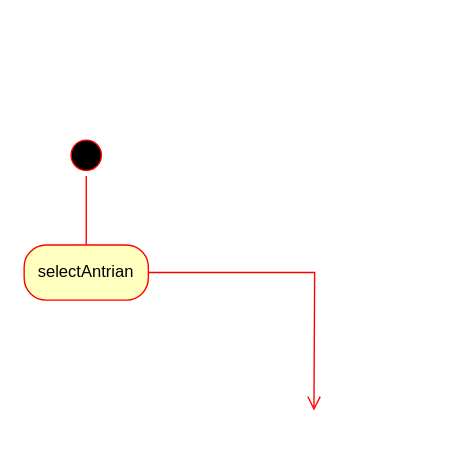
The draw.io diagram Mini-Proj/Activity Diagram Entry Form.drawio in mahesri/uml_ads_sms3, before the edit. Source tidied: cells renumbered, new cells numbered last; positions are measured from the earlier drawing's top-left corner, leaving out a move shared by most shapes. Both pictures are drawn from the tidied source at 138%, with x=0, y=0 at pixel (23, 134).
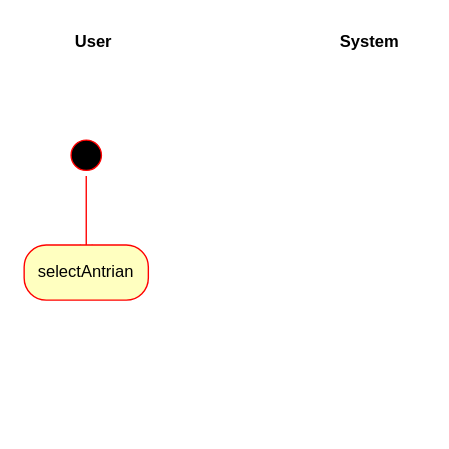
The same diagram, later.

Diff of the diagram source:
```diff
@@
 <mxGraphModel>
   <root>
     <mxCell id="0" />
     <mxCell id="1" parent="0" />
     <mxCell id="2" style="ellipse;html=1;shape=startState;fillColor=#000000;strokeColor=#ff0000;" parent="1" vertex="1">
       <mxGeometry x="30" width="30" height="30" as="geometry" />
     </mxCell>
     <mxCell id="3" style="edgeStyle=orthogonalEdgeStyle;html=1;verticalAlign=bottom;endArrow=open;endSize=8;strokeColor=#ff0000;rounded=0;" parent="1" edge="1" source="2">
       <mxGeometry relative="1" as="geometry">
         <mxPoint x="45" y="90" as="targetPoint" />
       </mxGeometry>
     </mxCell>
     <mxCell id="4" value="selectAntrian" style="rounded=1;whiteSpace=wrap;html=1;arcSize=40;fontColor=#000000;fillColor=#ffffc0;strokeColor=#ff0000;" parent="1" vertex="1">
       <mxGeometry y="80" width="90" height="40" as="geometry" />
     </mxCell>
-    <mxCell id="5" style="edgeStyle=orthogonalEdgeStyle;html=1;verticalAlign=bottom;endArrow=open;endSize=8;strokeColor=#ff0000;rounded=0;" parent="1" edge="1" source="4">
-      <mxGeometry relative="1" as="geometry">
-        <mxPoint x="210" y="200" as="targetPoint" />
-      </mxGeometry>
-    </mxCell>
+    <mxCell id="6" value="User" style="text;align=center;fontStyle=1;verticalAlign=middle;spacingLeft=3;spacingRight=3;strokeColor=none;html=1;" parent="1" vertex="1">
+      <mxGeometry x="10" y="-80" width="80" height="26" as="geometry" />
+    </mxCell>
+    <mxCell id="7" value="System" style="text;align=center;fontStyle=1;verticalAlign=middle;spacingLeft=3;spacingRight=3;strokeColor=none;html=1;" parent="1" vertex="1">
+      <mxGeometry x="210" y="-80" width="80" height="26" as="geometry" />
+    </mxCell>
   </root>
 </mxGraphModel>
```
